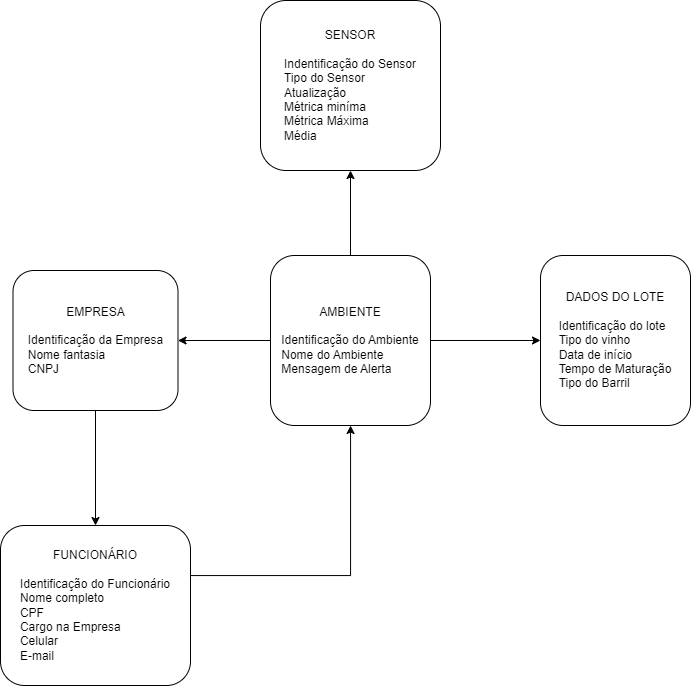
giuliacarmona/Projeto-Diwine keeps this draw.io diagram as Banco de Dados/Diagrama de Dados.png. Above is the earlier version. Source tidied: cells renumbered, new cells last; positions are measured from the earlier drawing's top-left corner, leaving out a move shared by most shapes. Source of this version:
```xml
<mxGraphModel>
  <root>
    <mxCell id="0" />
    <mxCell id="1" parent="0" />
    <mxCell id="2" value="&lt;div style=&quot;&quot;&gt;&lt;span style=&quot;background-color: initial;&quot;&gt;DADOS DO LOTE&lt;/span&gt;&lt;/div&gt;&lt;div style=&quot;&quot;&gt;&lt;br&gt;&lt;/div&gt;&lt;span style=&quot;background-color: initial;&quot;&gt;&lt;div style=&quot;text-align: left;&quot;&gt;&lt;span style=&quot;background-color: initial;&quot;&gt;Identificação do lote&lt;/span&gt;&lt;/div&gt;&lt;/span&gt;&lt;span style=&quot;background-color: initial;&quot;&gt;&lt;div style=&quot;text-align: left;&quot;&gt;&lt;span style=&quot;background-color: initial;&quot;&gt;Tipo do vinho&lt;/span&gt;&lt;/div&gt;&lt;/span&gt;&lt;span style=&quot;background-color: initial;&quot;&gt;&lt;div style=&quot;text-align: left;&quot;&gt;&lt;span style=&quot;background-color: initial;&quot;&gt;Data de início&lt;/span&gt;&lt;/div&gt;&lt;/span&gt;&lt;span style=&quot;background-color: initial;&quot;&gt;&lt;div style=&quot;text-align: left;&quot;&gt;&lt;span style=&quot;background-color: initial;&quot;&gt;Tempo de Maturação&lt;/span&gt;&lt;/div&gt;&lt;/span&gt;&lt;span style=&quot;background-color: initial;&quot;&gt;&lt;div style=&quot;text-align: left;&quot;&gt;&lt;span style=&quot;background-color: initial;&quot;&gt;Tipo do Barril&lt;/span&gt;&lt;/div&gt;&lt;/span&gt;&lt;div style=&quot;text-align: left;&quot;&gt;&lt;/div&gt;" style="rounded=1;whiteSpace=wrap;html=1;" parent="1" vertex="1">
      <mxGeometry x="540" y="255" width="150" height="170" as="geometry" />
    </mxCell>
    <mxCell id="3" value="&lt;div style=&quot;&quot;&gt;SENSOR&lt;/div&gt;&lt;div style=&quot;&quot;&gt;&lt;br&gt;&lt;/div&gt;&lt;div style=&quot;text-align: left;&quot;&gt;Indentificação do Sensor&lt;/div&gt;&lt;div style=&quot;text-align: left;&quot;&gt;Tipo do Sensor&lt;/div&gt;&lt;div style=&quot;text-align: left;&quot;&gt;Atualização&lt;/div&gt;&lt;div style=&quot;text-align: left;&quot;&gt;Métrica miníma&lt;/div&gt;&lt;div style=&quot;text-align: left;&quot;&gt;Métrica Máxima&lt;/div&gt;&lt;div style=&quot;text-align: left;&quot;&gt;Média&lt;/div&gt;&lt;div style=&quot;text-align: left;&quot;&gt;&lt;/div&gt;" style="rounded=1;whiteSpace=wrap;html=1;" parent="1" vertex="1">
      <mxGeometry x="260" width="180" height="170" as="geometry" />
    </mxCell>
    <mxCell id="4" style="edgeStyle=orthogonalEdgeStyle;rounded=0;jettySize=auto;html=1;" parent="1" edge="1" source="7" target="2">
      <mxGeometry relative="1" as="geometry" />
    </mxCell>
    <mxCell id="5" style="edgeStyle=orthogonalEdgeStyle;rounded=0;jettySize=auto;html=1;entryX=0.5;entryY=1;entryDx=0;entryDy=0;" parent="1" edge="1" source="7" target="3">
      <mxGeometry relative="1" as="geometry" />
    </mxCell>
    <mxCell id="6" style="edgeStyle=orthogonalEdgeStyle;rounded=0;jettySize=auto;html=1;" parent="1" edge="1" source="7" target="9">
      <mxGeometry relative="1" as="geometry" />
    </mxCell>
    <mxCell id="7" value="&lt;div style=&quot;&quot;&gt;AMBIENTE&lt;/div&gt;&lt;div style=&quot;&quot;&gt;&lt;br&gt;&lt;/div&gt;&lt;div style=&quot;text-align: left;&quot;&gt;Identificação do Ambiente&lt;/div&gt;&lt;div style=&quot;text-align: left;&quot;&gt;Nome do Ambiente&lt;/div&gt;&lt;div style=&quot;text-align: left;&quot;&gt;Mensagem de Alerta&lt;/div&gt;&lt;div style=&quot;text-align: left;&quot;&gt;&lt;/div&gt;" style="rounded=1;whiteSpace=wrap;html=1;" parent="1" vertex="1">
      <mxGeometry x="270" y="255" width="160" height="170" as="geometry" />
    </mxCell>
    <mxCell id="8" style="edgeStyle=orthogonalEdgeStyle;rounded=0;jettySize=auto;html=1;" parent="1" edge="1" source="9" target="11">
      <mxGeometry relative="1" as="geometry" />
    </mxCell>
    <mxCell id="9" value="&lt;div style=&quot;&quot;&gt;EMPRESA&lt;/div&gt;&lt;div style=&quot;&quot;&gt;&lt;br&gt;&lt;/div&gt;&lt;div style=&quot;text-align: left;&quot;&gt;Identificação da Empresa&lt;/div&gt;&lt;div style=&quot;text-align: left;&quot;&gt;Nome fantasia&lt;/div&gt;&lt;div style=&quot;text-align: left;&quot;&gt;CNPJ&lt;/div&gt;&lt;div style=&quot;text-align: left;&quot;&gt;&lt;/div&gt;" style="rounded=1;whiteSpace=wrap;html=1;" parent="1" vertex="1">
      <mxGeometry x="12.5" y="270" width="165" height="140" as="geometry" />
    </mxCell>
    <mxCell id="10" style="edgeStyle=orthogonalEdgeStyle;rounded=0;jettySize=auto;html=1;" parent="1" edge="1" source="11" target="7">
      <mxGeometry relative="1" as="geometry">
        <Array as="points">
          <mxPoint x="350" y="575" />
        </Array>
      </mxGeometry>
    </mxCell>
    <mxCell id="11" value="&lt;div style=&quot;&quot;&gt;FUNCIONÁRIO&lt;/div&gt;&lt;div style=&quot;&quot;&gt;&lt;br&gt;&lt;/div&gt;&lt;div style=&quot;text-align: left;&quot;&gt;Identificação do Funcionário&lt;/div&gt;&lt;div style=&quot;text-align: left;&quot;&gt;Nome completo&lt;/div&gt;&lt;div style=&quot;text-align: left;&quot;&gt;CPF&lt;/div&gt;&lt;div style=&quot;text-align: left;&quot;&gt;Cargo na Empresa&lt;/div&gt;&lt;div style=&quot;text-align: left;&quot;&gt;Celular&lt;/div&gt;&lt;div style=&quot;text-align: left;&quot;&gt;E-mail&lt;/div&gt;&lt;div style=&quot;text-align: left;&quot;&gt;&lt;/div&gt;" style="rounded=1;whiteSpace=wrap;html=1;" parent="1" vertex="1">
      <mxGeometry y="525" width="190" height="160" as="geometry" />
    </mxCell>
  </root>
</mxGraphModel>
```
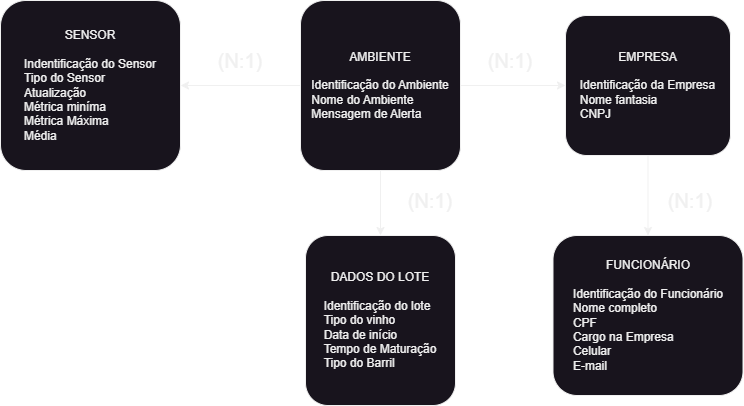
Later version of the same file.

Commit message:
Modelagem de Dados atualizada

The edit, as a diff of the source:
```diff
@@ -3,38 +3,43 @@
     <mxCell id="0" />
     <mxCell id="1" parent="0" />
     <mxCell id="2" value="&lt;div style=&quot;&quot;&gt;&lt;span style=&quot;background-color: initial;&quot;&gt;DADOS DO LOTE&lt;/span&gt;&lt;/div&gt;&lt;div style=&quot;&quot;&gt;&lt;br&gt;&lt;/div&gt;&lt;span style=&quot;background-color: initial;&quot;&gt;&lt;div style=&quot;text-align: left;&quot;&gt;&lt;span style=&quot;background-color: initial;&quot;&gt;Identificação do lote&lt;/span&gt;&lt;/div&gt;&lt;/span&gt;&lt;span style=&quot;background-color: initial;&quot;&gt;&lt;div style=&quot;text-align: left;&quot;&gt;&lt;span style=&quot;background-color: initial;&quot;&gt;Tipo do vinho&lt;/span&gt;&lt;/div&gt;&lt;/span&gt;&lt;span style=&quot;background-color: initial;&quot;&gt;&lt;div style=&quot;text-align: left;&quot;&gt;&lt;span style=&quot;background-color: initial;&quot;&gt;Data de início&lt;/span&gt;&lt;/div&gt;&lt;/span&gt;&lt;span style=&quot;background-color: initial;&quot;&gt;&lt;div style=&quot;text-align: left;&quot;&gt;&lt;span style=&quot;background-color: initial;&quot;&gt;Tempo de Maturação&lt;/span&gt;&lt;/div&gt;&lt;/span&gt;&lt;span style=&quot;background-color: initial;&quot;&gt;&lt;div style=&quot;text-align: left;&quot;&gt;&lt;span style=&quot;background-color: initial;&quot;&gt;Tipo do Barril&lt;/span&gt;&lt;/div&gt;&lt;/span&gt;&lt;div style=&quot;text-align: left;&quot;&gt;&lt;/div&gt;" style="rounded=1;whiteSpace=wrap;html=1;" parent="1" vertex="1">
-      <mxGeometry x="540" y="255" width="150" height="170" as="geometry" />
+      <mxGeometry x="275" y="475" width="150" height="170" as="geometry" />
     </mxCell>
     <mxCell id="3" value="&lt;div style=&quot;&quot;&gt;SENSOR&lt;/div&gt;&lt;div style=&quot;&quot;&gt;&lt;br&gt;&lt;/div&gt;&lt;div style=&quot;text-align: left;&quot;&gt;Indentificação do Sensor&lt;/div&gt;&lt;div style=&quot;text-align: left;&quot;&gt;Tipo do Sensor&lt;/div&gt;&lt;div style=&quot;text-align: left;&quot;&gt;Atualização&lt;/div&gt;&lt;div style=&quot;text-align: left;&quot;&gt;Métrica miníma&lt;/div&gt;&lt;div style=&quot;text-align: left;&quot;&gt;Métrica Máxima&lt;/div&gt;&lt;div style=&quot;text-align: left;&quot;&gt;Média&lt;/div&gt;&lt;div style=&quot;text-align: left;&quot;&gt;&lt;/div&gt;" style="rounded=1;whiteSpace=wrap;html=1;" parent="1" vertex="1">
-      <mxGeometry x="260" width="180" height="170" as="geometry" />
+      <mxGeometry x="-30" y="240" width="180" height="170" as="geometry" />
     </mxCell>
     <mxCell id="4" style="edgeStyle=orthogonalEdgeStyle;rounded=0;jettySize=auto;html=1;" parent="1" edge="1" source="7" target="2">
       <mxGeometry relative="1" as="geometry" />
     </mxCell>
+    <mxCell id="6" style="edgeStyle=orthogonalEdgeStyle;rounded=0;jettySize=auto;html=1;" parent="1" edge="1" source="7" target="9">
+      <mxGeometry relative="1" as="geometry" />
+    </mxCell>
-    <mxCell id="5" style="edgeStyle=orthogonalEdgeStyle;rounded=0;jettySize=auto;html=1;entryX=0.5;entryY=1;entryDx=0;entryDy=0;" parent="1" edge="1" source="7" target="3">
+    <mxCell id="5" style="edgeStyle=orthogonalEdgeStyle;rounded=0;jettySize=auto;html=1;entryX=1;entryY=0.5;entryDx=0;entryDy=0;" parent="1" edge="1" source="7" target="3">
       <mxGeometry relative="1" as="geometry" />
     </mxCell>
-    <mxCell id="6" style="edgeStyle=orthogonalEdgeStyle;rounded=0;jettySize=auto;html=1;" parent="1" edge="1" source="7" target="9">
-      <mxGeometry relative="1" as="geometry" />
-    </mxCell>
     <mxCell id="7" value="&lt;div style=&quot;&quot;&gt;AMBIENTE&lt;/div&gt;&lt;div style=&quot;&quot;&gt;&lt;br&gt;&lt;/div&gt;&lt;div style=&quot;text-align: left;&quot;&gt;Identificação do Ambiente&lt;/div&gt;&lt;div style=&quot;text-align: left;&quot;&gt;Nome do Ambiente&lt;/div&gt;&lt;div style=&quot;text-align: left;&quot;&gt;Mensagem de Alerta&lt;/div&gt;&lt;div style=&quot;text-align: left;&quot;&gt;&lt;/div&gt;" style="rounded=1;whiteSpace=wrap;html=1;" parent="1" vertex="1">
-      <mxGeometry x="270" y="255" width="160" height="170" as="geometry" />
+      <mxGeometry x="270" y="240" width="160" height="170" as="geometry" />
     </mxCell>
     <mxCell id="8" style="edgeStyle=orthogonalEdgeStyle;rounded=0;jettySize=auto;html=1;" parent="1" edge="1" source="9" target="11">
       <mxGeometry relative="1" as="geometry" />
     </mxCell>
     <mxCell id="9" value="&lt;div style=&quot;&quot;&gt;EMPRESA&lt;/div&gt;&lt;div style=&quot;&quot;&gt;&lt;br&gt;&lt;/div&gt;&lt;div style=&quot;text-align: left;&quot;&gt;Identificação da Empresa&lt;/div&gt;&lt;div style=&quot;text-align: left;&quot;&gt;Nome fantasia&lt;/div&gt;&lt;div style=&quot;text-align: left;&quot;&gt;CNPJ&lt;/div&gt;&lt;div style=&quot;text-align: left;&quot;&gt;&lt;/div&gt;" style="rounded=1;whiteSpace=wrap;html=1;" parent="1" vertex="1">
-      <mxGeometry x="12.5" y="270" width="165" height="140" as="geometry" />
+      <mxGeometry x="535" y="255" width="165" height="140" as="geometry" />
     </mxCell>
-    <mxCell id="10" style="edgeStyle=orthogonalEdgeStyle;rounded=0;jettySize=auto;html=1;" parent="1" edge="1" source="11" target="7">
-      <mxGeometry relative="1" as="geometry">
-        <Array as="points">
-          <mxPoint x="350" y="575" />
-        </Array>
-      </mxGeometry>
-    </mxCell>
     <mxCell id="11" value="&lt;div style=&quot;&quot;&gt;FUNCIONÁRIO&lt;/div&gt;&lt;div style=&quot;&quot;&gt;&lt;br&gt;&lt;/div&gt;&lt;div style=&quot;text-align: left;&quot;&gt;Identificação do Funcionário&lt;/div&gt;&lt;div style=&quot;text-align: left;&quot;&gt;Nome completo&lt;/div&gt;&lt;div style=&quot;text-align: left;&quot;&gt;CPF&lt;/div&gt;&lt;div style=&quot;text-align: left;&quot;&gt;Cargo na Empresa&lt;/div&gt;&lt;div style=&quot;text-align: left;&quot;&gt;Celular&lt;/div&gt;&lt;div style=&quot;text-align: left;&quot;&gt;E-mail&lt;/div&gt;&lt;div style=&quot;text-align: left;&quot;&gt;&lt;/div&gt;" style="rounded=1;whiteSpace=wrap;html=1;" parent="1" vertex="1">
-      <mxGeometry y="525" width="190" height="160" as="geometry" />
+      <mxGeometry x="522.5" y="475" width="190" height="160" as="geometry" />
     </mxCell>
+    <mxCell id="12" value="&lt;font style=&quot;font-size: 20px;&quot;&gt;(N:1)&lt;/font&gt;" style="text;html=1;strokeColor=none;fillColor=none;align=center;verticalAlign=middle;whiteSpace=wrap;rounded=0;" parent="1" vertex="1">
+      <mxGeometry x="180" y="285" width="60" height="30" as="geometry" />
+    </mxCell>
+    <mxCell id="13" value="&lt;font style=&quot;font-size: 20px;&quot;&gt;(N:1)&lt;/font&gt;" style="text;html=1;strokeColor=none;fillColor=none;align=center;verticalAlign=middle;whiteSpace=wrap;rounded=0;" parent="1" vertex="1">
+      <mxGeometry x="450" y="285" width="60" height="30" as="geometry" />
+    </mxCell>
+    <mxCell id="14" value="&lt;font style=&quot;font-size: 20px;&quot;&gt;(N:1)&lt;/font&gt;" style="text;html=1;strokeColor=none;fillColor=none;align=center;verticalAlign=middle;whiteSpace=wrap;rounded=0;" parent="1" vertex="1">
+      <mxGeometry x="630" y="425" width="60" height="30" as="geometry" />
+    </mxCell>
+    <mxCell id="15" value="&lt;font style=&quot;font-size: 20px;&quot;&gt;(N:1)&lt;/font&gt;" style="text;html=1;strokeColor=none;fillColor=none;align=center;verticalAlign=middle;whiteSpace=wrap;rounded=0;" parent="1" vertex="1">
+      <mxGeometry x="370" y="425" width="60" height="30" as="geometry" />
+    </mxCell>
   </root>
 </mxGraphModel>
```
